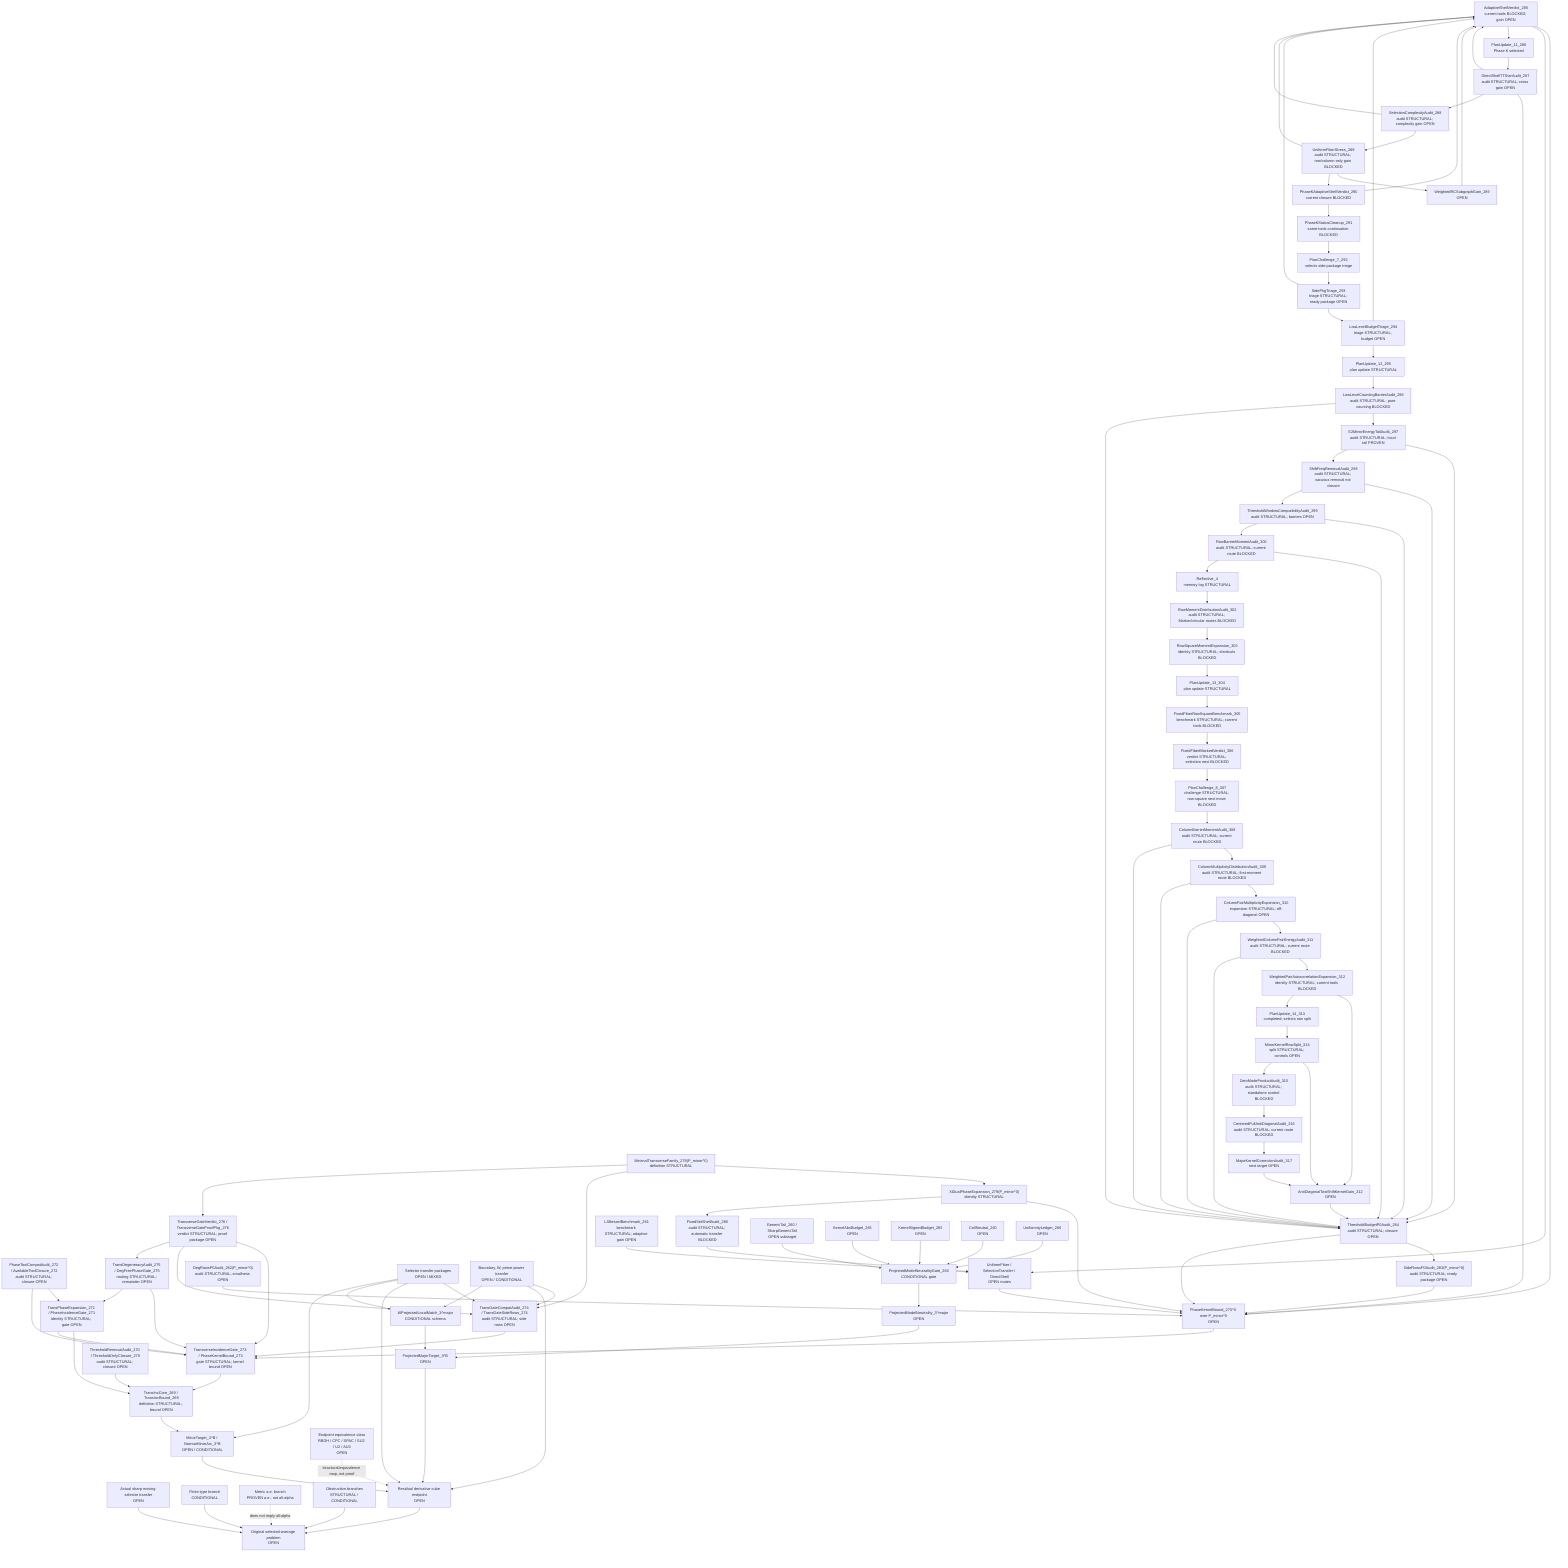
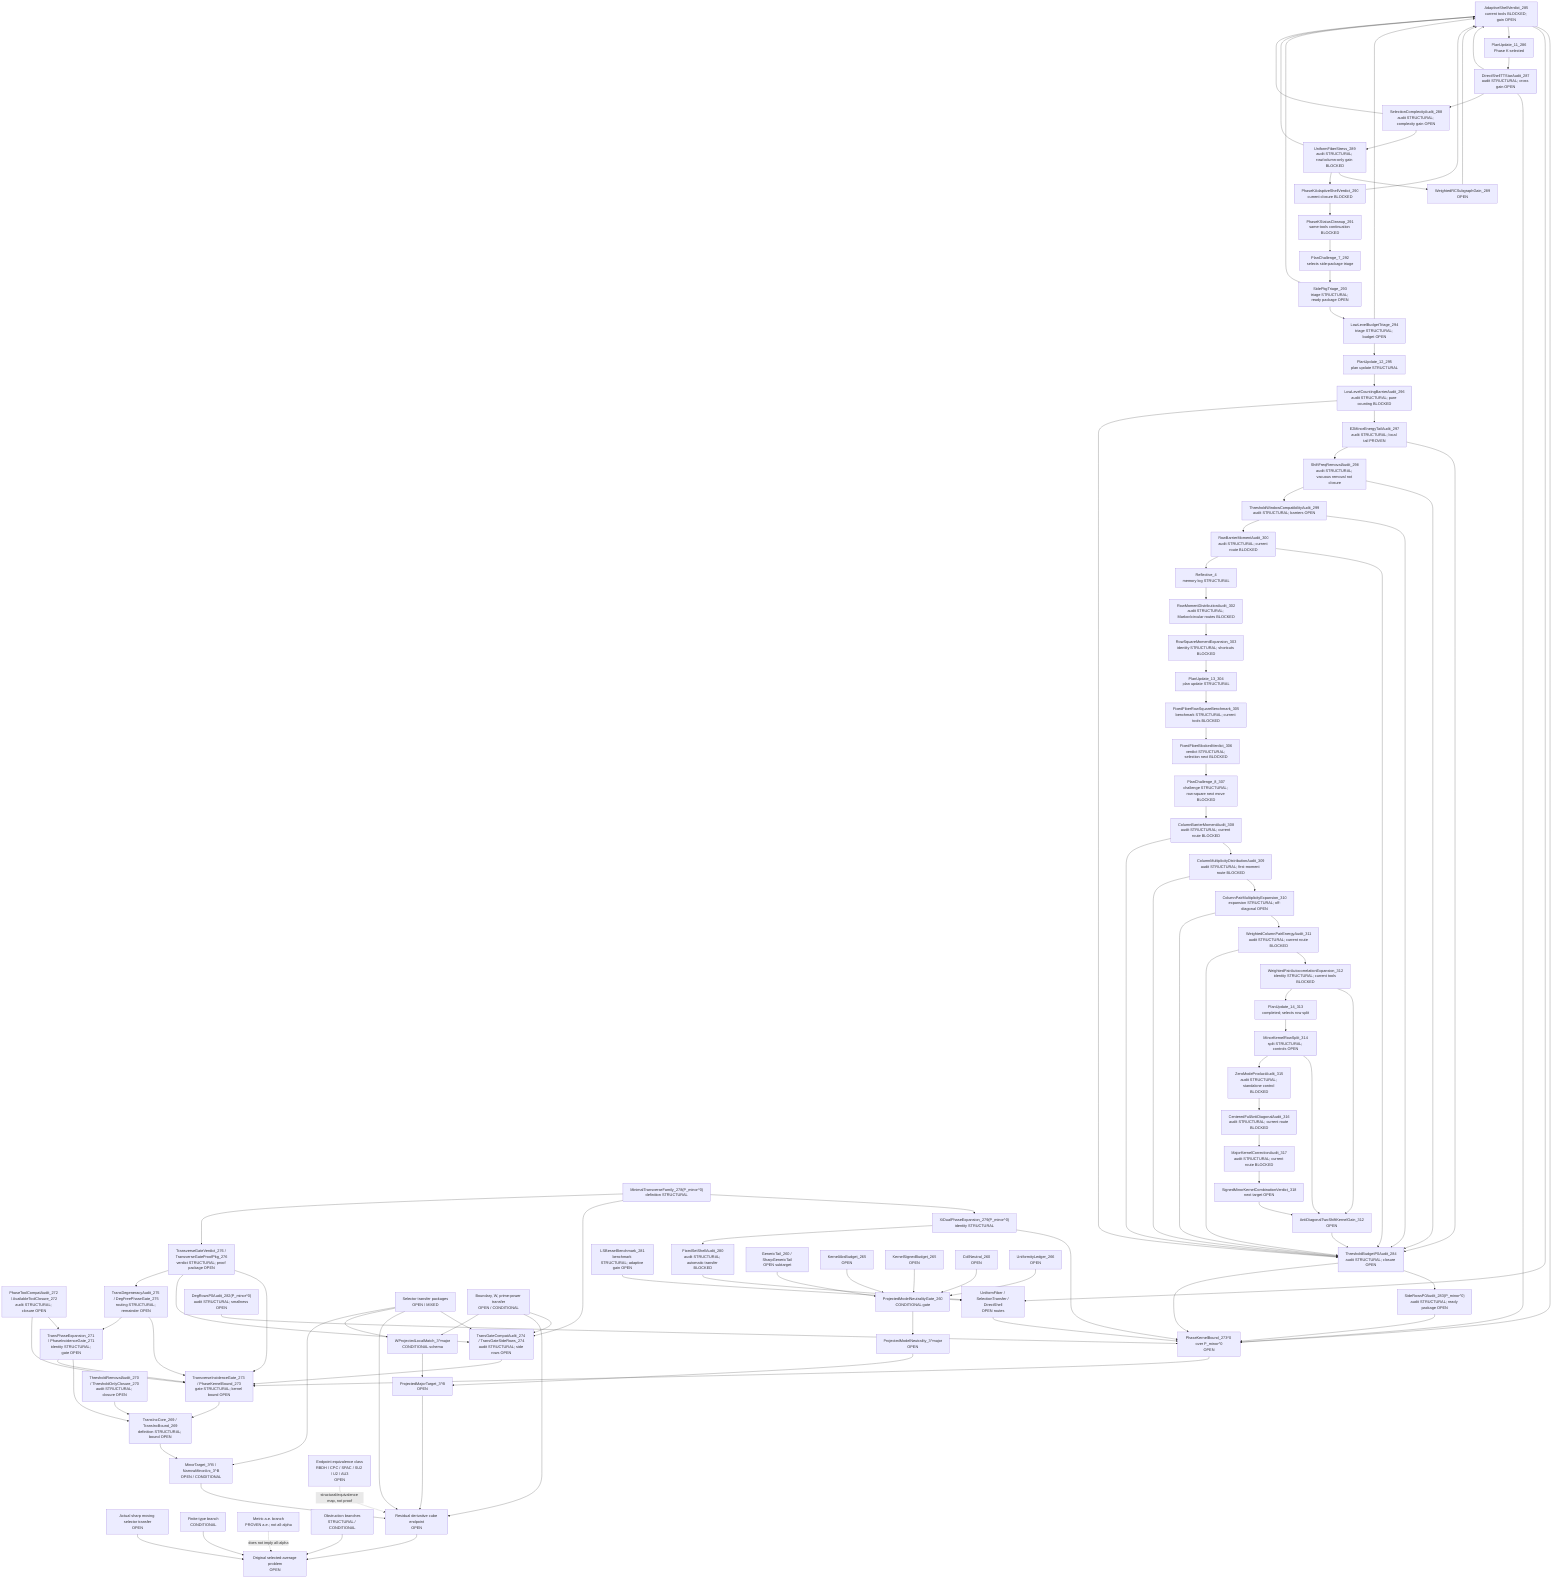
flowchart TD
  Original["Original selected-average problem<br/>OPEN"]
  SharpSel["Actual sharp moving selector transfer<br/>OPEN"]
  FiniteType["Finite-type branch<br/>CONDITIONAL"]
  Metric["Metric a.e. branch<br/>PROVEN a.e.; not all-alpha"]
  Obstruction["Obstruction branches<br/>STRUCTURAL / CONDITIONAL"]

  ResCube["Residual derivative cube endpoint<br/>OPEN"]
  MajorTarget["ProjectedMajorTarget_3^B<br/>OPEN"]
  MinorTarget["MinorTarget_3^B / NarrowMinorArc_3^B<br/>OPEN / CONDITIONAL"]
  TransInc["TransIncCore_269 / TransIncBound_269<br/>definition STRUCTURAL; bound OPEN"]
  ThresholdAudit["ThresholdRemovalAudit_270 / ThresholdOnlyClosure_270<br/>audit STRUCTURAL; closure OPEN"]
  PhaseExpansion["TransPhaseExpansion_271 / PhaseIncidenceGate_271<br/>identity STRUCTURAL; gate OPEN"]
  ToolCompat["PhaseToolCompatAudit_272 / AvailableToolClosure_272<br/>audit STRUCTURAL; closure OPEN"]
  TransGate["TransverseIncidenceGate_273 / PhaseKernelBound_273<br/>gate STRUCTURAL; kernel bound OPEN"]
  TransGateCompat["TransGateCompatAudit_274 / TransGateSideRows_274<br/>audit STRUCTURAL; side rows OPEN"]
  DegAudit["TransDegeneracyAudit_275 / DegFreePhaseGate_275<br/>routing STRUCTURAL; remainder OPEN"]
  TransVerdict["TransverseGateVerdict_276 / TransverseGateProofPkg_276<br/>verdict STRUCTURAL; proof package OPEN"]
  MinTransFamily["MinimalTransverseFamily_278(P_minor^0)<br/>definition STRUCTURAL"]
  XiExpansion["XiDualPhaseExpansion_279(P_minor^0)<br/>identity STRUCTURAL"]
  FixedShellAudit["FixedSetShellAudit_280<br/>audit STRUCTURAL; automatic transfer BLOCKED"]
  FixedShellTransfer["UniformFiber / SelectionTransfer / DirectShell<br/>OPEN routes"]
  LSBesselBench["LSBesselBenchmark_281<br/>benchmark STRUCTURAL; adaptive gain OPEN"]
  DegRowsP0["DegRowsP0Audit_282(P_minor^0)<br/>audit STRUCTURAL; smallness OPEN"]
  SideRowsP0["SideRowsP0Audit_283(P_minor^0)<br/>audit STRUCTURAL; ready package OPEN"]
  ThresholdP0["ThresholdBudgetP0Audit_284<br/>audit STRUCTURAL; closure OPEN"]
  AdaptiveShellP0["AdaptiveShellVerdict_285<br/>current tools BLOCKED; gain OPEN"]
  PlanUpdate11["PlanUpdate_11_286<br/>Phase K selected"]
  DirectTTStar["DirectShellTTStarAudit_287<br/>audit STRUCTURAL; cross gain OPEN"]
  SelectionComplexity["SelectionComplexityAudit_288<br/>audit STRUCTURAL; complexity gain OPEN"]
  UniformFiberStress["UniformFiberStress_289<br/>audit STRUCTURAL; row/column-only gain BLOCKED"]
  WeightedRCSubgraph["WeightedRCSubgraphGain_289<br/>OPEN"]
  AdaptiveVerdict290["PhaseKAdaptiveShellVerdict_290<br/>current closure BLOCKED"]
  PhaseKCleanup291["PhaseKStatusCleanup_291<br/>same-tools continuation BLOCKED"]
  PlanChallenge7["PlanChallenge_7_292<br/>selects side-package triage"]
  SidePkgTriage293["SidePkgTriage_293<br/>triage STRUCTURAL; ready package OPEN"]
  LowLevelTriage294["LowLevelBudgetTriage_294<br/>triage STRUCTURAL; budget OPEN"]
  PlanUpdate12["PlanUpdate_12_295<br/>plan update STRUCTURAL"]
  LowLevelBarrier296["LowLevelCountingBarrierAudit_296<br/>audit STRUCTURAL; pure counting BLOCKED"]
  E2Tail297["E2MinorEnergyTailAudit_297<br/>audit STRUCTURAL; local tail PROVEN"]
  ShiftFreq298["ShiftFreqRemovalAudit_298<br/>audit STRUCTURAL; vacuous removal not closure"]
  ThresholdWindow299["ThresholdWindowCompatibilityAudit_299<br/>audit STRUCTURAL; barriers OPEN"]
  RowBarrier300["RowBarrierMomentAudit_300<br/>audit STRUCTURAL; current route BLOCKED"]
  Reflective4["Reflective_4<br/>memory log STRUCTURAL"]
  RowMoment302["RowMomentDistributionAudit_302<br/>audit STRUCTURAL; Markov/circular routes BLOCKED"]
  RowSquare303["RowSquareMomentExpansion_303<br/>identity STRUCTURAL; shortcuts BLOCKED"]
  PlanUpdate13["PlanUpdate_13_304<br/>plan update STRUCTURAL"]
  FixedFiber305["FixedFiberRowSquareBenchmark_305<br/>benchmark STRUCTURAL; current tools BLOCKED"]
  FixedFiber306["FixedFiberBlockedVerdict_306<br/>verdict STRUCTURAL; selection next BLOCKED"]
  PlanChallenge8["PlanChallenge_8_307<br/>challenge STRUCTURAL; row-square next move BLOCKED"]
  ColumnBarrier308["ColumnBarrierMomentAudit_308<br/>audit STRUCTURAL; current route BLOCKED"]
  ColumnDist309["ColumnMultiplicityDistributionAudit_309<br/>audit STRUCTURAL; first-moment route BLOCKED"]
  ColumnPair310["ColumnPairMultiplicityExpansion_310<br/>expansion STRUCTURAL; off-diagonal OPEN"]
  WPair311["WeightedColumnPairEnergyAudit_311<br/>audit STRUCTURAL; current route BLOCKED"]
  AutoCorr312["WeightedPairAutocorrelationExpansion_312<br/>identity STRUCTURAL; current tools BLOCKED"]
  AntiDiag312["AntiDiagonalTwoShiftKernelGain_312<br/>OPEN"]
  PlanUpdate14["PlanUpdate_14_313<br/>completed; selects row split"]
  MinorKernel314["MinorKernelRowSplit_314<br/>split STRUCTURAL; controls OPEN"]
  ZeroAudit315["ZeroModeProductAudit_315<br/>audit STRUCTURAL; standalone control BLOCKED"]
  CenteredFull316["CenteredFullAntiDiagonalAudit_316<br/>audit STRUCTURAL; current route BLOCKED"]
-   MajorCorr317["MajorKernelCorrectionAudit_317<br/>next target OPEN"]
+   MajorCorr317["MajorKernelCorrectionAudit_317<br/>audit STRUCTURAL; current route BLOCKED"]
+   SignedVerdict318["SignedMinorKernelCombinationVerdict_318<br/>next target OPEN"]
  PhaseKernel0["PhaseKernelBound_273^0 over P_minor^0<br/>OPEN"]
  SelectorTransfer["Selector transfer packages<br/>OPEN / MIXED"]
  BoundaryTransfer["Boundary, W, prime-power transfer<br/>OPEN / CONDITIONAL"]

  WLocal["WProjectedLocalMatch_3^major<br/>CONDITIONAL schema"]
  ModelNeutral["ProjectedModelNeutrality_3^major<br/>OPEN"]
  PMNGate["ProjectedModelNeutralityGate_260<br/>CONDITIONAL gate"]
  GenericTail["GenericTail_260 / SharpGenericTail<br/>OPEN subtarget"]
  KernelAbs["KernelAbsBudget_265<br/>OPEN"]
  KernelSigned["KernelSignedBudget_265<br/>OPEN"]
  CollNeutral["CollNeutral_260<br/>OPEN"]
  Uniformity["UniformityLedger_266<br/>OPEN"]

  EndpointClass["Endpoint equivalence class<br/>RBDH / CPC / SPAC / SU2 / U2 / AU3<br/>OPEN"]

  SharpSel --> Original
  FiniteType --> Original
  Obstruction --> Original
  ResCube --> Original
  Metric -. "does not imply all-alpha" .-> Original

  MajorTarget --> ResCube
  MinorTarget --> ResCube
  TransInc --> MinorTarget
  ThresholdAudit --> TransInc
  PhaseExpansion --> TransInc
  ToolCompat --> PhaseExpansion
  TransGate --> TransInc
  PhaseExpansion --> TransGate
  ToolCompat --> TransGate
  TransGateCompat --> TransGate
  SelectorTransfer --> TransGateCompat
  BoundaryTransfer --> TransGateCompat
  DegAudit --> TransGate
  DegAudit --> PhaseExpansion
  TransVerdict --> TransGate
  TransVerdict --> TransGateCompat
  TransVerdict --> DegAudit
  PhaseKernel0 --> TransGate
  MinTransFamily --> XiExpansion
  XiExpansion --> PhaseKernel0
  XiExpansion --> FixedShellAudit
  FixedShellAudit --> FixedShellTransfer
  FixedShellTransfer --> PhaseKernel0
  LSBesselBench --> FixedShellTransfer
  DegRowsP0 --> PhaseKernel0
  SideRowsP0 --> PhaseKernel0
  ThresholdP0 --> SideRowsP0
  ThresholdP0 --> PhaseKernel0
  AdaptiveShellP0 --> PhaseKernel0
  AdaptiveShellP0 --> FixedShellTransfer
  AdaptiveShellP0 --> PlanUpdate11
  PlanUpdate11 --> DirectTTStar
  DirectTTStar --> AdaptiveShellP0
  DirectTTStar --> PhaseKernel0
  DirectTTStar --> SelectionComplexity
  SelectionComplexity --> UniformFiberStress
  SelectionComplexity --> AdaptiveShellP0
  UniformFiberStress --> WeightedRCSubgraph
  WeightedRCSubgraph --> AdaptiveShellP0
  UniformFiberStress --> AdaptiveVerdict290
  UniformFiberStress --> AdaptiveShellP0
  AdaptiveVerdict290 --> AdaptiveShellP0
  AdaptiveVerdict290 --> PhaseKCleanup291
  PhaseKCleanup291 --> PlanChallenge7
  PlanChallenge7 --> SidePkgTriage293
  SidePkgTriage293 --> LowLevelTriage294
  SidePkgTriage293 --> AdaptiveShellP0
  LowLevelTriage294 --> AdaptiveShellP0
  LowLevelTriage294 --> PlanUpdate12
  PlanUpdate12 --> LowLevelBarrier296
  LowLevelBarrier296 --> E2Tail297
  LowLevelBarrier296 --> ThresholdP0
  E2Tail297 --> ThresholdP0
  E2Tail297 --> ShiftFreq298
  ShiftFreq298 --> ThresholdP0
  ShiftFreq298 --> ThresholdWindow299
  ThresholdWindow299 --> ThresholdP0
  ThresholdWindow299 --> RowBarrier300
  RowBarrier300 --> ThresholdP0
  RowBarrier300 --> Reflective4
  Reflective4 --> RowMoment302
  RowMoment302 --> RowSquare303
  RowSquare303 --> PlanUpdate13
  PlanUpdate13 --> FixedFiber305
  FixedFiber305 --> FixedFiber306
  FixedFiber306 --> PlanChallenge8
  PlanChallenge8 --> ColumnBarrier308
  ColumnBarrier308 --> ColumnDist309
  ColumnDist309 --> ColumnPair310
  ColumnPair310 --> WPair311
  WPair311 --> AutoCorr312
  AutoCorr312 --> AntiDiag312
  AntiDiag312 --> ThresholdP0
  AutoCorr312 --> PlanUpdate14
  PlanUpdate14 --> MinorKernel314
  MinorKernel314 --> AntiDiag312
  MinorKernel314 --> ZeroAudit315
  ZeroAudit315 --> CenteredFull316
  CenteredFull316 --> MajorCorr317
-   MajorCorr317 --> AntiDiag312
+   MajorCorr317 --> SignedVerdict318
+   SignedVerdict318 --> AntiDiag312
  WPair311 --> ThresholdP0
  ColumnPair310 --> ThresholdP0
  ColumnDist309 --> ThresholdP0
  ColumnBarrier308 --> ThresholdP0
  MinTransFamily --> TransGateCompat
  MinTransFamily --> TransVerdict
  SelectorTransfer --> ResCube
  BoundaryTransfer --> ResCube
  EndpointClass -. "structural/equivalence map, not proof" .-> ResCube

  WLocal --> MajorTarget
  ModelNeutral --> MajorTarget

  PMNGate --> ModelNeutral
  GenericTail --> PMNGate
  KernelAbs --> PMNGate
  KernelSigned --> PMNGate
  CollNeutral --> PMNGate
  Uniformity --> PMNGate

  BoundaryTransfer --> WLocal
  SelectorTransfer --> WLocal
  SelectorTransfer --> MinorTarget
